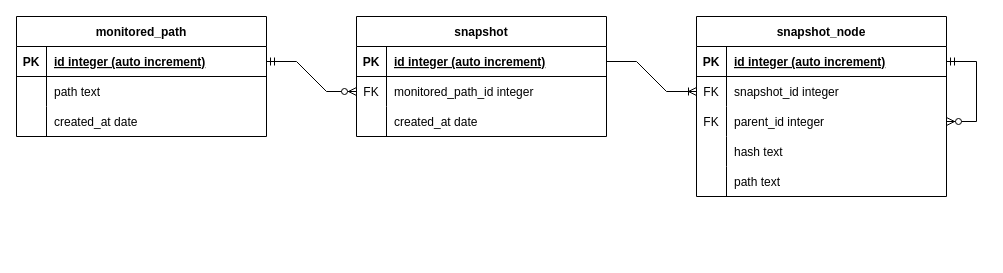
BFH-Project1-HS24-KMS4-2/ai-aided-caches-n-logs-monitoring-n-wiping-demon keeps this draw.io diagram as docs/drawio/erd.drawio. Above is the earlier version. Source tidied: cells renumbered, new cells numbered last; positions are measured from the earlier drawing's top-left corner, leaving out a move shared by most shapes. Both pictures are drawn from the tidied source at 100%, with x=0, y=0 at pixel (16, 16).
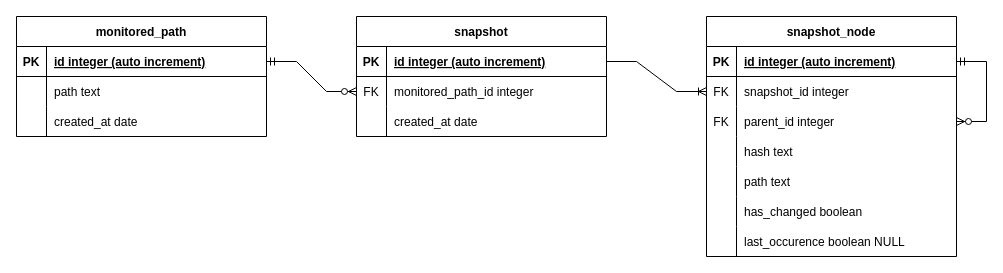
Above is the later version.

Commit message (it also covers changes not shown here):
model new erd

Change to the diagram source:
```diff
@@
     <mxCell id="22" value="snapshot_node" style="shape=table;startSize=30;childLayout=tableLayout;rowLines=0;fontStyle=1;align=center;" parent="1" vertex="1">
-      <mxGeometry x="680" width="250" height="180" as="geometry" />
+      <mxGeometry x="690" width="250" height="240" as="geometry" />
     </mxCell>
@@
+    <mxCell id="41" style="shape=partialRectangle;fillColor=none;top=0;left=0;right=0;bottom=0;" parent="22" vertex="1">
+      <mxGeometry y="180" width="250" height="30" as="geometry" />
+    </mxCell>
+    <mxCell id="42" style="shape=partialRectangle;overflow=hidden;fillColor=none;top=0;left=0;bottom=0;right=0;" parent="41" vertex="1">
+      <mxGeometry width="30" height="30" as="geometry" />
+    </mxCell>
+    <mxCell id="43" value="has_changed boolean" style="shape=partialRectangle;overflow=hidden;fillColor=none;top=0;left=0;bottom=0;right=0;align=left;spacingLeft=6;" parent="41" vertex="1">
+      <mxGeometry x="30" width="220" height="30" as="geometry" />
+    </mxCell>
+    <mxCell id="44" style="shape=partialRectangle;fillColor=none;top=0;left=0;right=0;bottom=0;" parent="22" vertex="1">
+      <mxGeometry y="210" width="250" height="30" as="geometry" />
+    </mxCell>
+    <mxCell id="45" style="shape=partialRectangle;overflow=hidden;fillColor=none;top=0;left=0;bottom=0;right=0;" parent="44" vertex="1">
+      <mxGeometry width="30" height="30" as="geometry" />
+    </mxCell>
+    <mxCell id="46" value="last_occurence boolean NULL" style="shape=partialRectangle;overflow=hidden;fillColor=none;top=0;left=0;bottom=0;right=0;align=left;spacingLeft=6;" parent="44" vertex="1">
+      <mxGeometry x="30" width="220" height="30" as="geometry" />
+    </mxCell>
```
